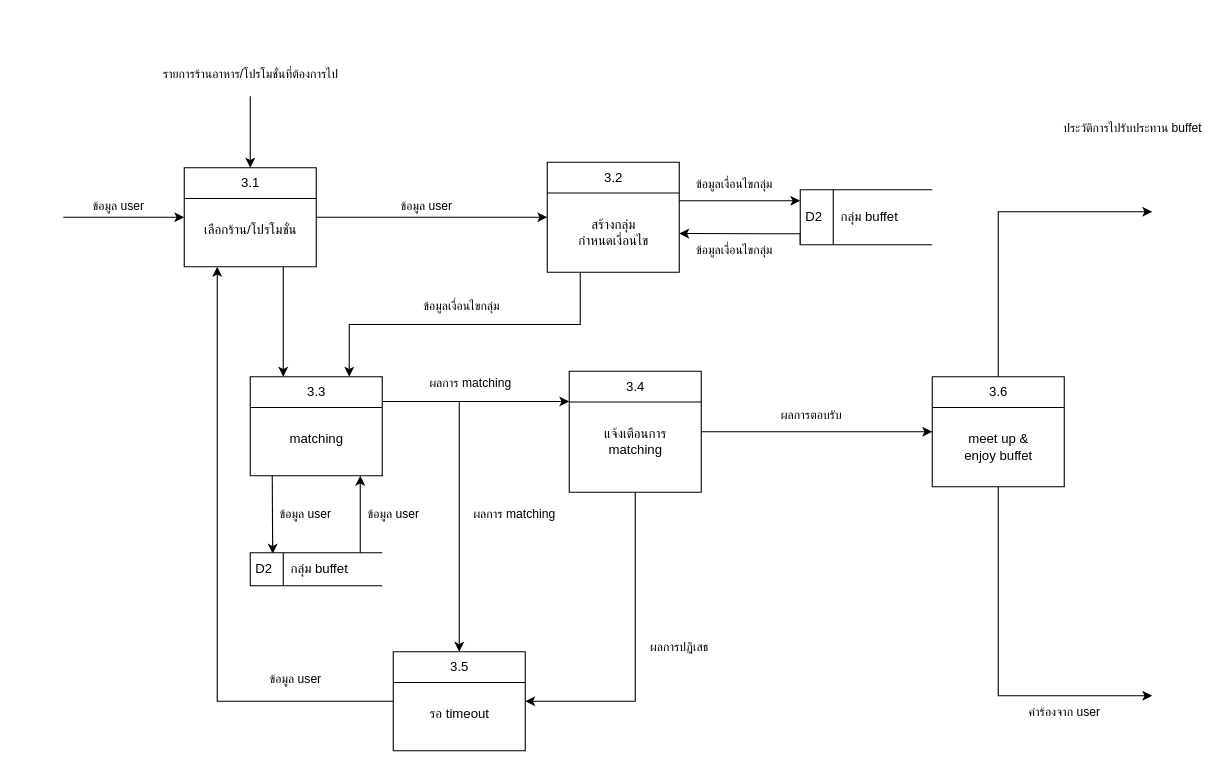
The draw.io diagram page "Page-3" (3 of 4) of Buffet2gether_Doc/draw.io/dfd.drawio in Buffet2gether/buffet2gether, before the edit. Source tidied: cells renumbered, new cells numbered last; positions are measured from the earlier drawing's top-left corner, leaving out a move shared by most shapes. Both pictures are drawn from the tidied source at 110%, with x=0, y=0 at pixel (63, 96).
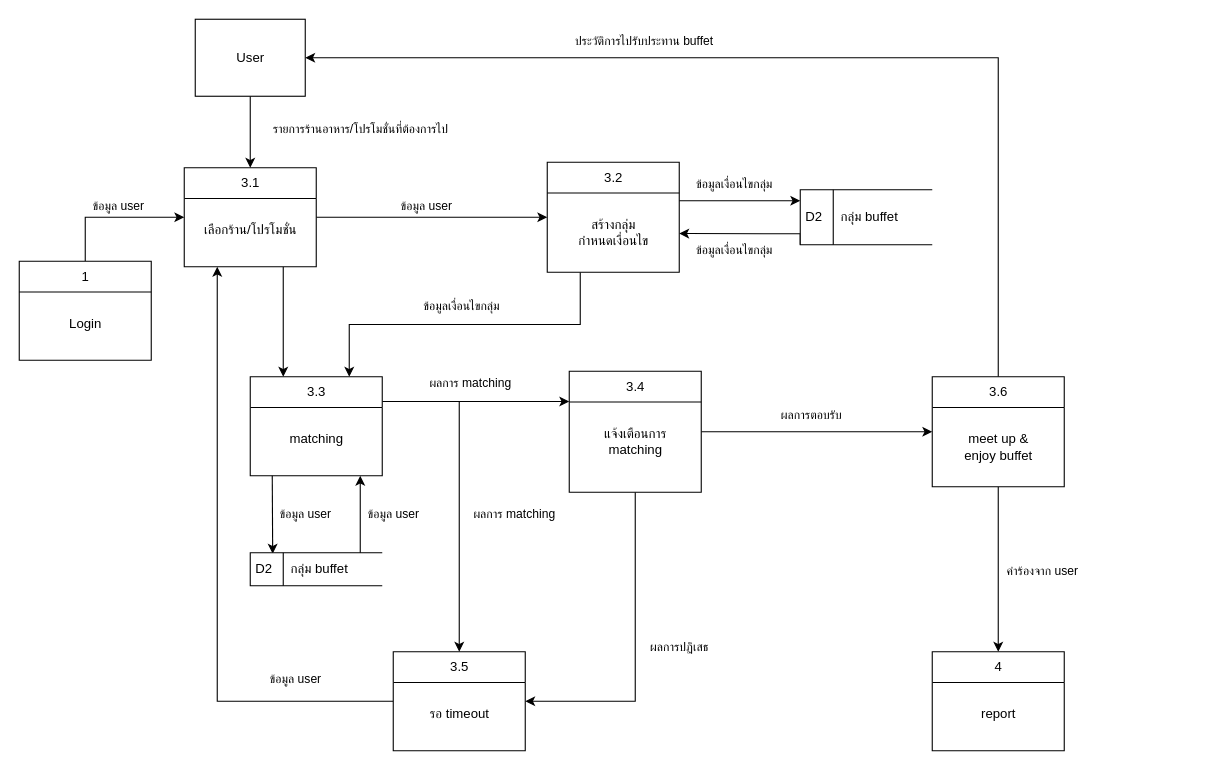
After the change.

Unchanged cells that the change refers to:
```xml
<mxCell id="4" value="3.1&lt;br&gt;&lt;br&gt;&lt;br&gt;เลือกร้าน/โปรโมชั่น" style="swimlane;fontStyle=0;horizontal=1;startSize=28;fillColor=#ffffff;swimlaneFillColor=#ffffff;html=1;labelPosition=center;verticalLabelPosition=middle;align=center;verticalAlign=top;" parent="1" vertex="1">
  <mxGeometry x="110" y="65" width="120" height="90" as="geometry" />
</mxCell>
<mxCell id="17" value="3.6&lt;br&gt;&lt;br&gt;&lt;br&gt;meet up &amp;amp;&lt;br&gt;enjoy buffet" style="swimlane;fontStyle=0;horizontal=1;startSize=28;fillColor=#ffffff;swimlaneFillColor=#ffffff;html=1;labelPosition=center;verticalLabelPosition=middle;align=center;verticalAlign=top;" parent="1" vertex="1">
  <mxGeometry x="790" y="255" width="120" height="100" as="geometry" />
</mxCell>
```

Change to the diagram source:
```diff
@@
-    <mxCell id="15" value="คำร้องจาก user" style="edgeStyle=orthogonalEdgeStyle;rounded=0;jettySize=auto;html=1;exitX=0.5;exitY=1;exitDx=0;exitDy=0;" parent="1" edge="1" source="17">
-      <mxGeometry x="0.15" y="62" relative="1" as="geometry">
-        <mxPoint x="990" y="545" as="targetPoint" />
-        <Array as="points">
-          <mxPoint x="850" y="545" />
-        </Array>
-        <mxPoint x="60" y="77" as="offset" />
-      </mxGeometry>
+    <mxCell id="15" value="คำร้องจาก user" style="edgeStyle=orthogonalEdgeStyle;rounded=0;jettySize=auto;html=1;exitX=0.5;exitY=1;exitDx=0;exitDy=0;entryX=0.5;entryY=0;entryDx=0;entryDy=0;" parent="1" edge="1" source="17" target="28">
+      <mxGeometry x="0.03" y="40" relative="1" as="geometry" />
     </mxCell>
-    <mxCell id="16" value="ประวัติการไปรับประทาน buffet" style="edgeStyle=orthogonalEdgeStyle;rounded=0;jettySize=auto;html=1;exitX=0.5;exitY=0;exitDx=0;exitDy=0;" parent="1" edge="1" source="17">
-      <mxGeometry x="0.03" y="-62" relative="1" as="geometry">
-        <mxPoint x="990" y="105" as="targetPoint" />
+    <mxCell id="16" value="ประวัติการไปรับประทาน buffet" style="edgeStyle=orthogonalEdgeStyle;rounded=0;jettySize=auto;html=1;exitX=0.5;exitY=0;exitDx=0;exitDy=0;entryX=1;entryY=0.5;entryDx=0;entryDy=0;" parent="1" edge="1" source="17" target="26">
+      <mxGeometry x="0.33" y="-15" relative="1" as="geometry">
         <Array as="points">
-          <mxPoint x="850" y="105" />
+          <mxPoint x="850" y="-35" />
         </Array>
-        <mxPoint x="60" y="-77" as="offset" />
       </mxGeometry>
     </mxCell>
@@
+    <mxCell id="25" value="รายการร้านอาหาร/โปรโมชั่นที่ต้องการไป" style="endArrow=classic;html=1;entryX=0.5;entryY=0;entryDx=0;entryDy=0;" parent="1" edge="1" source="26" target="4">
+      <mxGeometry x="-0.08" y="100" relative="1" as="geometry" />
+    </mxCell>
+    <mxCell id="26" value="User" style="html=1;dashed=0;whitespace=wrap;" parent="1" vertex="1">
+      <mxGeometry x="120" y="-70" width="100" height="70" as="geometry" />
+    </mxCell>
-    <mxCell id="24" value="ข้อมูล user" style="endArrow=classic;html=1;" parent="1" edge="1">
-      <mxGeometry x="-0.09" y="10" relative="1" as="geometry">
-        <mxPoint y="110" as="sourcePoint" />
-        <mxPoint x="110" y="110" as="targetPoint" />
+    <mxCell id="24" value="ข้อมูล user" style="edgeStyle=orthogonalEdgeStyle;rounded=0;jettySize=auto;html=1;exitX=0.5;exitY=0;exitDx=0;exitDy=0;entryX=0;entryY=0.5;entryDx=0;entryDy=0;" parent="1" edge="1" source="27" target="4">
+      <mxGeometry x="-0.38" y="-32" relative="1" as="geometry">
+        <mxPoint x="30" y="-42" as="offset" />
       </mxGeometry>
     </mxCell>
-    <mxCell id="25" value="รายการร้านอาหาร/โปรโมชั่นที่ต้องการไป" style="endArrow=classic;html=1;entryX=0.5;entryY=0;entryDx=0;entryDy=0;" parent="1" edge="1" target="4">
-      <mxGeometry x="-1" y="-20" relative="1" as="geometry">
-        <mxPoint x="170" as="sourcePoint" />
-        <mxPoint x="20" y="-20" as="offset" />
-      </mxGeometry>
-    </mxCell>
+    <mxCell id="27" value="1&lt;br&gt;&lt;br&gt;&lt;br&gt;Login" style="swimlane;fontStyle=0;horizontal=1;startSize=28;fillColor=#ffffff;swimlaneFillColor=#ffffff;html=1;labelPosition=center;verticalLabelPosition=middle;align=center;verticalAlign=top;" parent="1" vertex="1">
+      <mxGeometry x="-40" y="150" width="120" height="90" as="geometry" />
+    </mxCell>
+    <mxCell id="28" value="4&lt;br&gt;&lt;br&gt;&lt;br&gt;report" style="swimlane;fontStyle=0;horizontal=1;startSize=28;fillColor=#ffffff;swimlaneFillColor=#ffffff;html=1;labelPosition=center;verticalLabelPosition=middle;align=center;verticalAlign=top;" parent="1" vertex="1">
+      <mxGeometry x="790" y="505" width="120" height="90" as="geometry" />
+    </mxCell>
```
